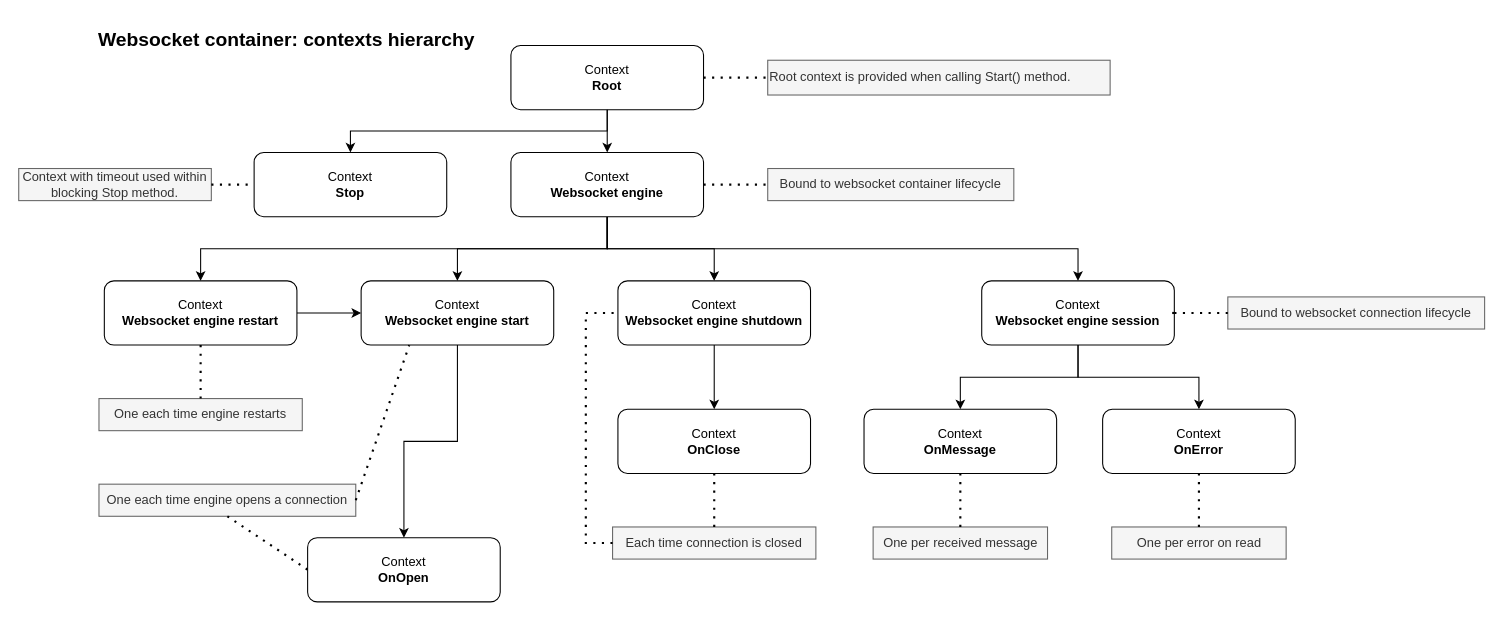
gbdevw/gowse keeps this draw.io diagram as page "contexts" (1 of 7) of documentation/schemas/wscontainer.drawio. Above is the earlier version. Source tidied: cells renumbered, new cells numbered last; positions are measured from the earlier drawing's top-left corner, leaving out a move shared by most shapes. Both pictures are drawn from the tidied source at 107%, with x=0, y=0 at pixel (18, 18).
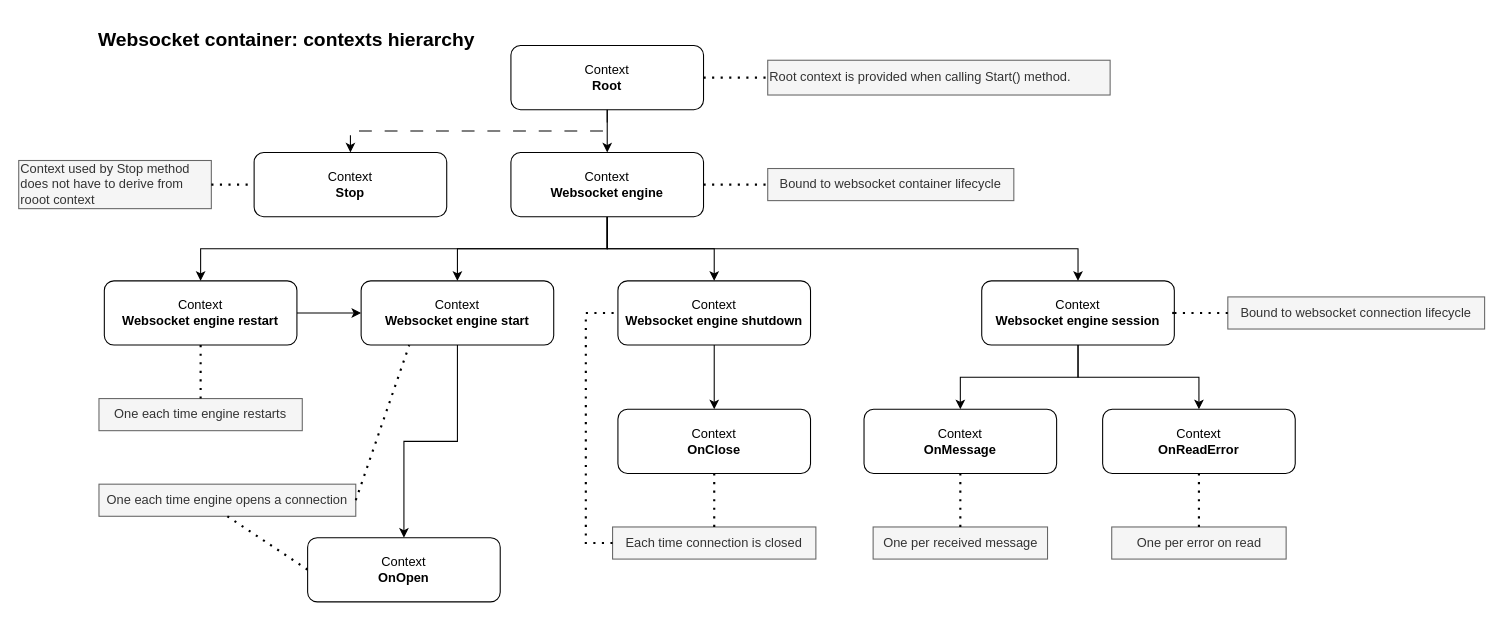
Above is the later version.

The change refers to these unchanged cells:
```xml
<mxCell id="4" value="Context&lt;br&gt;&lt;b&gt;Root&lt;/b&gt;" style="rounded=1;whiteSpace=wrap;html=1;" parent="1" vertex="1">
  <mxGeometry x="460" y="25" width="180" height="60" as="geometry" />
</mxCell>
<mxCell id="42" value="Context&lt;br&gt;&lt;b&gt;Stop&lt;/b&gt;" style="rounded=1;whiteSpace=wrap;html=1;" parent="1" vertex="1">
  <mxGeometry x="220" y="125" width="180" height="60" as="geometry" />
</mxCell>
```

Change to the diagram source:
```diff
@@
-    <mxCell id="19" value="Context&lt;br&gt;&lt;b&gt;OnError&lt;/b&gt;" style="rounded=1;whiteSpace=wrap;html=1;" parent="1" vertex="1">
+    <mxCell id="19" value="Context&lt;br&gt;&lt;b&gt;OnReadError&lt;/b&gt;" style="rounded=1;whiteSpace=wrap;html=1;" parent="1" vertex="1">
       <mxGeometry x="1013" y="365" width="180" height="60" as="geometry" />
     </mxCell>
@@
-    <mxCell id="43" style="endArrow=classic;html=1;rounded=0;exitX=0.5;exitY=1;exitDx=0;exitDy=0;entryX=0.5;entryY=0;entryDx=0;entryDy=0;" parent="1" edge="1" source="4" target="42">
+    <mxCell id="43" style="endArrow=classic;html=1;rounded=0;exitX=0.5;exitY=1;exitDx=0;exitDy=0;entryX=0.5;entryY=0;entryDx=0;entryDy=0;dashed=1;dashPattern=12 12;" parent="1" edge="1" source="4" target="42">
       <mxGeometry relative="1" as="geometry">
         <Array as="points">
           <mxPoint x="550" y="105" />
           <mxPoint x="310" y="105" />
         </Array>
       </mxGeometry>
     </mxCell>
-    <mxCell id="44" value="Context with timeout used within blocking Stop method." style="rounded=0;whiteSpace=wrap;html=1;fillColor=#f5f5f5;fontColor=#333333;strokeColor=#666666;" parent="1" vertex="1">
-      <mxGeometry y="140" width="180" height="30" as="geometry" />
+    <mxCell id="44" value="Context used by Stop method does not have to derive from rooot context" style="rounded=0;whiteSpace=wrap;html=1;fillColor=#f5f5f5;fontColor=#333333;strokeColor=#666666;align=left;" parent="1" vertex="1">
+      <mxGeometry y="132.5" width="180" height="45" as="geometry" />
     </mxCell>
```
